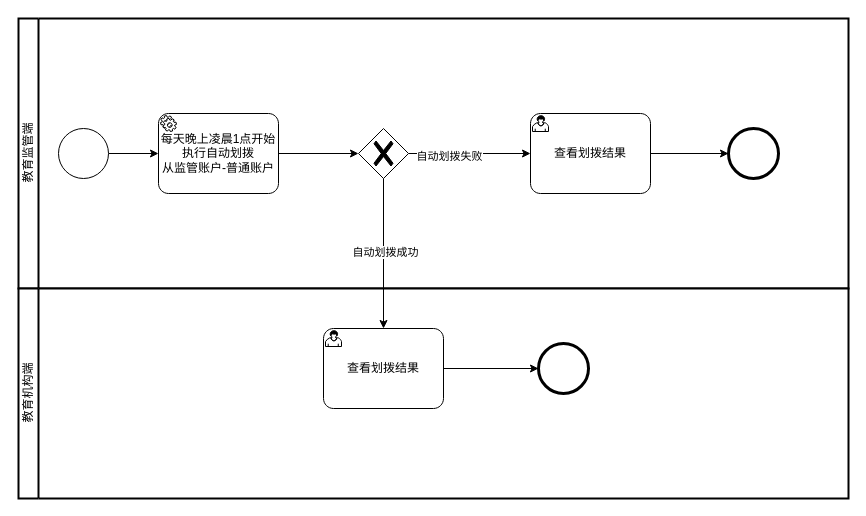
This is page "自动划拨" (7 of 10) of docs/资金监管平台流程图.drawio from cuitaocrazy/supervision, a draw.io file, before an edit. Source tidied: cells renumbered, new cells numbered last; positions are measured from the earlier drawing's top-left corner, leaving out a move shared by most shapes. Both pictures are drawn from the tidied source at 100%, with x=0, y=0 at pixel (18, 18).
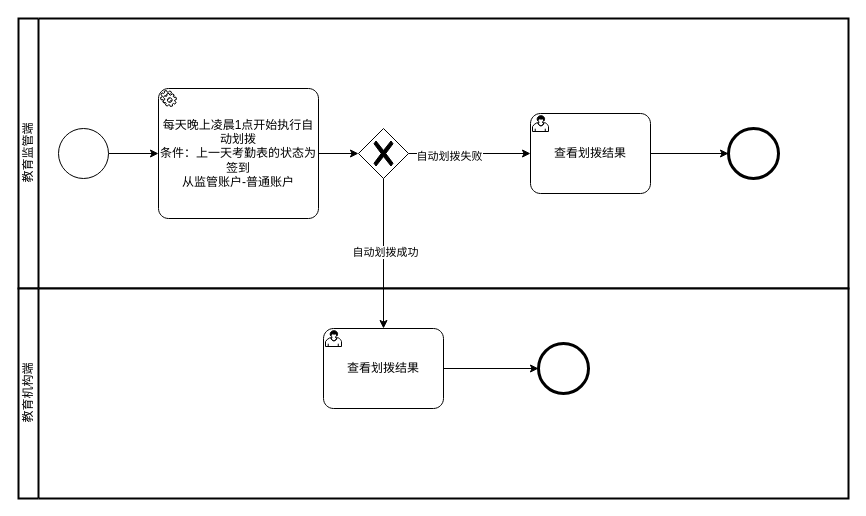
After the change.

Diff of the diagram source:
```diff
@@
 <mxGraphModel>
   <root>
     <mxCell id="0" />
     <mxCell id="1" parent="0" />
     <mxCell id="2" value="教育监管端" style="swimlane;html=1;startSize=20;fontStyle=0;horizontal=0;swimlaneLine=1;swimlaneFillColor=#ffffff;strokeWidth=2;" parent="1" vertex="1">
       <mxGeometry width="830" height="270" as="geometry" />
     </mxCell>
     <mxCell id="3" style="edgeStyle=orthogonalEdgeStyle;rounded=0;jettySize=auto;html=1;" parent="2" edge="1" source="4" target="6">
       <mxGeometry relative="1" as="geometry" />
     </mxCell>
     <mxCell id="4" style="points=[[0.145,0.145,0],[0.5,0,0],[0.855,0.145,0],[1,0.5,0],[0.855,0.855,0],[0.5,1,0],[0.145,0.855,0],[0,0.5,0]];shape=mxgraph.bpmn.event;html=1;verticalLabelPosition=bottom;labelBackgroundColor=#ffffff;verticalAlign=top;align=center;perimeter=ellipsePerimeter;outlineConnect=0;outline=standard;symbol=general;" parent="2" vertex="1">
       <mxGeometry x="40" y="110" width="50" height="50" as="geometry" />
     </mxCell>
     <mxCell id="5" style="edgeStyle=orthogonalEdgeStyle;rounded=0;jettySize=auto;html=1;entryX=0;entryY=0.5;entryDx=0;entryDy=0;entryPerimeter=0;" parent="2" edge="1" source="6" target="9">
       <mxGeometry relative="1" as="geometry" />
     </mxCell>
-    <mxCell id="6" value="每天晚上凌晨1点开始执行自动划拨&#10;从监管账户-普通账户" style="points=[[0.25,0,0],[0.5,0,0],[0.75,0,0],[1,0.25,0],[1,0.5,0],[1,0.75,0],[0.75,1,0],[0.5,1,0],[0.25,1,0],[0,0.75,0],[0,0.5,0],[0,0.25,0]];shape=mxgraph.bpmn.task;whiteSpace=wrap;rectStyle=rounded;size=10;taskMarker=service;" parent="2" vertex="1">
-      <mxGeometry x="140" y="95" width="120" height="80" as="geometry" />
+    <mxCell id="6" value="每天晚上凌晨1点开始执行自动划拨&#10;条件：上一天考勤表的状态为签到&#10;从监管账户-普通账户" style="points=[[0.25,0,0],[0.5,0,0],[0.75,0,0],[1,0.25,0],[1,0.5,0],[1,0.75,0],[0.75,1,0],[0.5,1,0],[0.25,1,0],[0,0.75,0],[0,0.5,0],[0,0.25,0]];shape=mxgraph.bpmn.task;whiteSpace=wrap;rectStyle=rounded;size=10;taskMarker=service;" parent="2" vertex="1">
+      <mxGeometry x="140" y="70" width="160" height="130" as="geometry" />
     </mxCell>
     <mxCell id="7" style="edgeStyle=orthogonalEdgeStyle;rounded=0;jettySize=auto;html=1;" parent="2" edge="1" source="9" target="11">
       <mxGeometry relative="1" as="geometry" />
     </mxCell>
     <mxCell id="8" value="自动划拨失败" style="edgeLabel;html=1;align=center;verticalAlign=middle;" parent="7" vertex="1">
       <mxGeometry x="-0.34" y="-2" relative="1" as="geometry" />
     </mxCell>
     <mxCell id="9" style="points=[[0.25,0.25,0],[0.5,0,0],[0.75,0.25,0],[1,0.5,0],[0.75,0.75,0],[0.5,1,0],[0.25,0.75,0],[0,0.5,0]];shape=mxgraph.bpmn.gateway2;html=1;verticalLabelPosition=bottom;labelBackgroundColor=#ffffff;verticalAlign=top;align=center;perimeter=rhombusPerimeter;outlineConnect=0;outline=none;symbol=none;gwType=exclusive;" parent="2" vertex="1">
       <mxGeometry x="340" y="110" width="50" height="50" as="geometry" />
     </mxCell>
     <mxCell id="10" style="edgeStyle=orthogonalEdgeStyle;rounded=0;jettySize=auto;html=1;" parent="2" edge="1" source="11" target="12">
       <mxGeometry relative="1" as="geometry" />
     </mxCell>
     <mxCell id="11" value="查看划拨结果" style="points=[[0.25,0,0],[0.5,0,0],[0.75,0,0],[1,0.25,0],[1,0.5,0],[1,0.75,0],[0.75,1,0],[0.5,1,0],[0.25,1,0],[0,0.75,0],[0,0.5,0],[0,0.25,0]];shape=mxgraph.bpmn.task;whiteSpace=wrap;rectStyle=rounded;size=10;taskMarker=user;" parent="2" vertex="1">
       <mxGeometry x="512" y="95" width="120" height="80" as="geometry" />
     </mxCell>
     <mxCell id="12" style="points=[[0.145,0.145,0],[0.5,0,0],[0.855,0.145,0],[1,0.5,0],[0.855,0.855,0],[0.5,1,0],[0.145,0.855,0],[0,0.5,0]];shape=mxgraph.bpmn.event;html=1;verticalLabelPosition=bottom;labelBackgroundColor=#ffffff;verticalAlign=top;align=center;perimeter=ellipsePerimeter;outlineConnect=0;outline=end;symbol=terminate2;" parent="2" vertex="1">
       <mxGeometry x="710" y="110" width="50" height="50" as="geometry" />
     </mxCell>
     <mxCell id="13" value="教育机构端" style="swimlane;html=1;startSize=20;fontStyle=0;horizontal=0;swimlaneLine=1;swimlaneFillColor=#ffffff;strokeWidth=2;" parent="1" vertex="1">
       <mxGeometry y="270" width="830" height="210" as="geometry" />
     </mxCell>
     <mxCell id="14" style="edgeStyle=orthogonalEdgeStyle;rounded=0;jettySize=auto;html=1;" parent="13" edge="1" source="15" target="16">
       <mxGeometry relative="1" as="geometry" />
     </mxCell>
     <mxCell id="15" value="查看划拨结果" style="points=[[0.25,0,0],[0.5,0,0],[0.75,0,0],[1,0.25,0],[1,0.5,0],[1,0.75,0],[0.75,1,0],[0.5,1,0],[0.25,1,0],[0,0.75,0],[0,0.5,0],[0,0.25,0]];shape=mxgraph.bpmn.task;whiteSpace=wrap;rectStyle=rounded;size=10;taskMarker=user;" parent="13" vertex="1">
       <mxGeometry x="305" y="40" width="120" height="80" as="geometry" />
     </mxCell>
     <mxCell id="16" style="points=[[0.145,0.145,0],[0.5,0,0],[0.855,0.145,0],[1,0.5,0],[0.855,0.855,0],[0.5,1,0],[0.145,0.855,0],[0,0.5,0]];shape=mxgraph.bpmn.event;html=1;verticalLabelPosition=bottom;labelBackgroundColor=#ffffff;verticalAlign=top;align=center;perimeter=ellipsePerimeter;outlineConnect=0;outline=end;symbol=terminate2;" parent="13" vertex="1">
       <mxGeometry x="520" y="55" width="50" height="50" as="geometry" />
     </mxCell>
     <mxCell id="17" style="edgeStyle=orthogonalEdgeStyle;rounded=0;jettySize=auto;html=1;" parent="1" edge="1" source="9" target="15">
       <mxGeometry relative="1" as="geometry" />
     </mxCell>
     <mxCell id="18" value="自动划拨成功" style="edgeLabel;html=1;align=center;verticalAlign=middle;" parent="17" vertex="1">
       <mxGeometry x="-0.03" relative="1" as="geometry">
         <mxPoint x="1" as="offset" />
       </mxGeometry>
     </mxCell>
   </root>
 </mxGraphModel>
```
